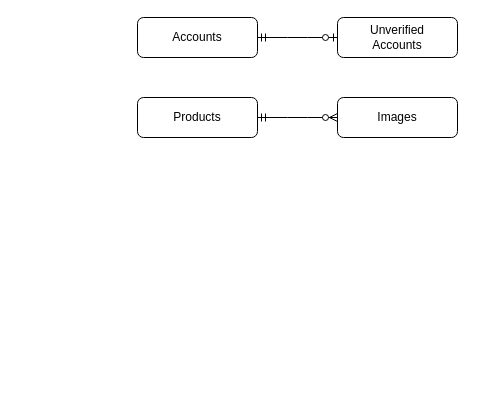
Before: documentation/DatabaseERD.drawio in JoeBlakeB/BingusMusicShop, a draw.io diagram. Source tidied: cells renumbered, new cells numbered last; positions are measured from the earlier drawing's top-left corner, leaving out a move shared by most shapes. Both pictures are drawn from the tidied source at 100%, with x=0, y=0 at pixel (137, 17).
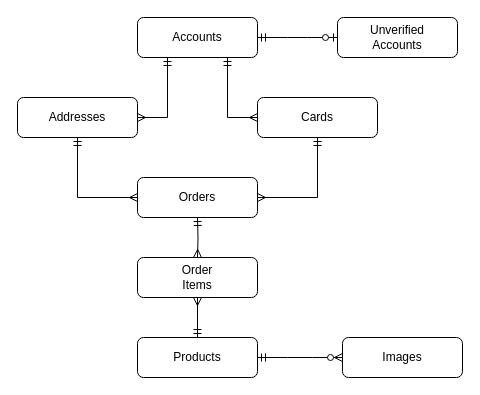
The same page after the edit.

What changed in the source:
```diff
@@
 <mxGraphModel>
   <root>
     <mxCell id="0" />
     <mxCell id="1" parent="0" />
     <mxCell id="2" value="Accounts" style="rounded=1;whiteSpace=wrap;html=1;" parent="1" vertex="1">
       <mxGeometry width="120" height="40" as="geometry" />
     </mxCell>
     <mxCell id="3" value="Unverified&lt;br&gt;Accounts" style="rounded=1;whiteSpace=wrap;html=1;" parent="1" vertex="1">
       <mxGeometry x="200" width="120" height="40" as="geometry" />
     </mxCell>
     <mxCell id="4" style="edgeStyle=entityRelationEdgeStyle;fontSize=12;html=1;endArrow=ERzeroToOne;startArrow=ERmandOne;rounded=0;entryX=0;entryY=0.5;entryDx=0;entryDy=0;exitX=1;exitY=0.5;exitDx=0;exitDy=0;" parent="1" edge="1" source="2" target="3">
       <mxGeometry relative="1" as="geometry" />
     </mxCell>
     <mxCell id="5" value="Products" style="rounded=1;whiteSpace=wrap;html=1;" parent="1" vertex="1">
-      <mxGeometry y="80" width="120" height="40" as="geometry" />
+      <mxGeometry y="320" width="120" height="40" as="geometry" />
     </mxCell>
     <mxCell id="6" style="edgeStyle=entityRelationEdgeStyle;fontSize=12;html=1;endArrow=ERzeroToMany;startArrow=ERmandOne;rounded=0;exitX=1;exitY=0.5;exitDx=0;exitDy=0;entryX=0;entryY=0.5;entryDx=0;entryDy=0;" parent="1" edge="1" source="5" target="7">
       <mxGeometry relative="1" as="geometry" />
     </mxCell>
     <mxCell id="7" value="Images" style="rounded=1;whiteSpace=wrap;html=1;" parent="1" vertex="1">
-      <mxGeometry x="200" y="80" width="120" height="40" as="geometry" />
+      <mxGeometry x="205" y="320" width="120" height="40" as="geometry" />
     </mxCell>
+    <mxCell id="8" value="Addresses" style="rounded=1;whiteSpace=wrap;html=1;" parent="1" vertex="1">
+      <mxGeometry x="-120" y="80" width="120" height="40" as="geometry" />
+    </mxCell>
+    <mxCell id="9" value="Cards" style="rounded=1;whiteSpace=wrap;html=1;" parent="1" vertex="1">
+      <mxGeometry x="120" y="80" width="120" height="40" as="geometry" />
+    </mxCell>
+    <mxCell id="10" value="Orders" style="rounded=1;whiteSpace=wrap;html=1;" parent="1" vertex="1">
+      <mxGeometry y="160" width="120" height="40" as="geometry" />
+    </mxCell>
+    <mxCell id="11" style="fontSize=12;html=1;endArrow=ERmany;startArrow=ERmandOne;rounded=0;entryX=0;entryY=0.5;entryDx=0;entryDy=0;exitX=0.75;exitY=1;exitDx=0;exitDy=0;edgeStyle=orthogonalEdgeStyle;endFill=0;" parent="1" edge="1" source="2" target="9">
+      <mxGeometry relative="1" as="geometry" />
+    </mxCell>
+    <mxCell id="12" style="fontSize=12;html=1;endArrow=ERmany;startArrow=ERmandOne;rounded=0;entryX=1;entryY=0.5;entryDx=0;entryDy=0;exitX=0.25;exitY=1;exitDx=0;exitDy=0;edgeStyle=orthogonalEdgeStyle;endFill=0;" parent="1" edge="1" source="2" target="8">
+      <mxGeometry relative="1" as="geometry" />
+    </mxCell>
+    <mxCell id="13" style="fontSize=12;html=1;endArrow=ERmany;startArrow=ERmandOne;rounded=0;exitX=0.5;exitY=1;exitDx=0;exitDy=0;edgeStyle=orthogonalEdgeStyle;endFill=0;entryX=1;entryY=0.5;entryDx=0;entryDy=0;" parent="1" edge="1" source="9" target="10">
+      <mxGeometry relative="1" as="geometry" />
+    </mxCell>
+    <mxCell id="14" style="fontSize=12;html=1;endArrow=ERmany;startArrow=ERmandOne;rounded=0;exitX=0.5;exitY=1;exitDx=0;exitDy=0;edgeStyle=orthogonalEdgeStyle;endFill=0;entryX=0;entryY=0.5;entryDx=0;entryDy=0;" parent="1" edge="1" source="8" target="10">
+      <mxGeometry relative="1" as="geometry" />
+    </mxCell>
+    <mxCell id="15" value="Order&lt;br&gt;Items" style="rounded=1;whiteSpace=wrap;html=1;" parent="1" vertex="1">
+      <mxGeometry y="240" width="120" height="40" as="geometry" />
+    </mxCell>
+    <mxCell id="16" style="fontSize=12;html=1;endArrow=ERmany;startArrow=ERmandOne;rounded=0;edgeStyle=orthogonalEdgeStyle;endFill=0;entryX=0.5;entryY=0;entryDx=0;entryDy=0;" parent="1" edge="1" target="15">
+      <mxGeometry relative="1" as="geometry">
+        <mxPoint x="60" y="200" as="sourcePoint" />
+      </mxGeometry>
+    </mxCell>
+    <mxCell id="17" style="fontSize=12;html=1;endArrow=ERmany;startArrow=ERmandOne;rounded=0;edgeStyle=orthogonalEdgeStyle;endFill=0;entryX=0.5;entryY=1;entryDx=0;entryDy=0;exitX=0.5;exitY=0;exitDx=0;exitDy=0;" parent="1" edge="1" source="5" target="15">
+      <mxGeometry relative="1" as="geometry" />
+    </mxCell>
   </root>
 </mxGraphModel>
```
